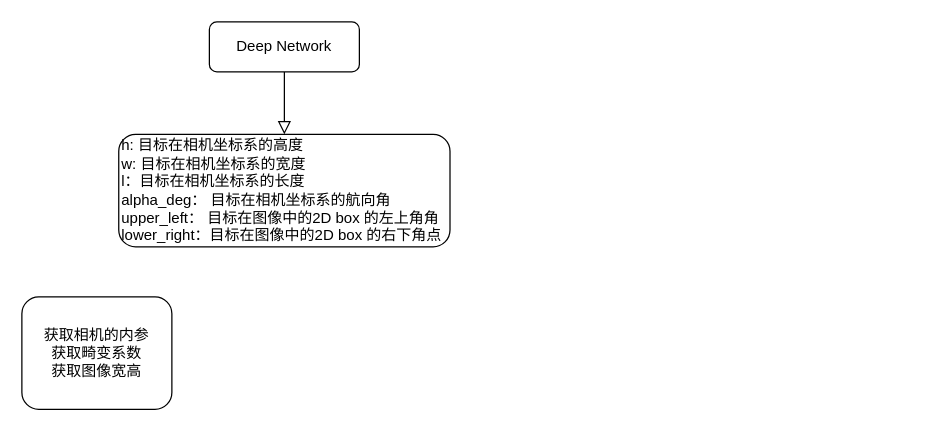
Before: apollo_2d_to_3d.drawio in bugquella/diagrams, a draw.io diagram. Source tidied: cells renumbered, new cells numbered last; positions are measured from the earlier drawing's top-left corner, leaving out a move shared by most shapes. Both pictures are drawn from the tidied source at 125%, with x=0, y=0 at pixel (21, 21).
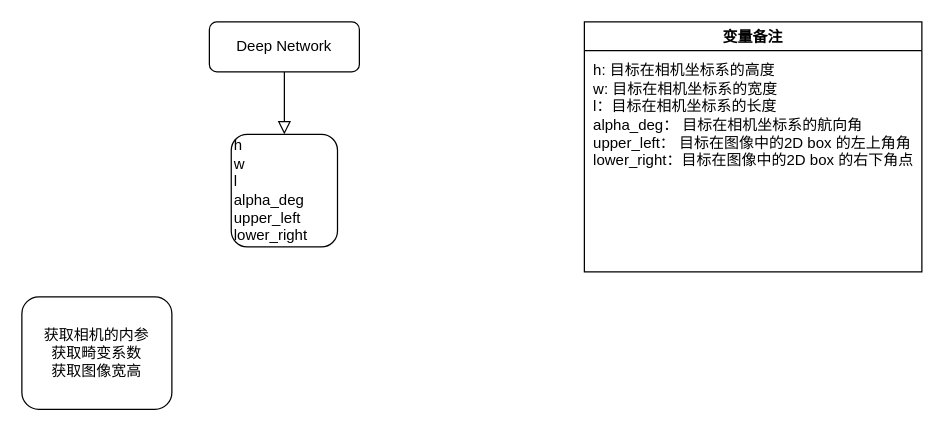
The same page after the edit.

What changed in the source:
```diff
@@
 <mxGraphModel>
   <root>
     <mxCell id="0" />
     <mxCell id="1" parent="0" />
     <mxCell id="2" style="rounded=0;html=1;jettySize=auto;fontSize=11;endArrow=block;endFill=0;endSize=8;strokeWidth=1;shadow=0;labelBackgroundColor=none;edgeStyle=orthogonalEdgeStyle;" parent="1" edge="1" source="3" target="5">
       <mxGeometry relative="1" as="geometry" />
     </mxCell>
     <mxCell id="3" value="Deep Network" style="rounded=1;whiteSpace=wrap;html=1;fontSize=12;glass=0;strokeWidth=1;shadow=0;" parent="1" vertex="1">
       <mxGeometry x="150" width="120" height="40" as="geometry" />
     </mxCell>
     <mxCell id="4" value="&lt;div&gt;获取相机的内参&lt;/div&gt;&lt;div&gt;获取畸变系数&lt;br&gt;获取图像宽高&lt;br&gt;&lt;/div&gt;" style="rounded=1;whiteSpace=wrap;html=1;fontSize=12;glass=0;strokeWidth=1;shadow=0;" parent="1" vertex="1">
       <mxGeometry y="220" width="120" height="90" as="geometry" />
     </mxCell>
-    <mxCell id="5" value="&lt;div align=&quot;left&quot;&gt;h: 目标在相机坐标系的高度&lt;br&gt;w: 目标在相机坐标系的宽度&lt;br&gt;l：目标在相机坐标系的长度&lt;br&gt;alpha_deg： 目标在相机坐标系的航向角&lt;/div&gt;&lt;div align=&quot;left&quot;&gt;upper_left： 目标在图像中的2D box 的左上角角&lt;br&gt;lower_right：目标在图像中的2D box 的右下角点&lt;/div&gt;" style="rounded=1;whiteSpace=wrap;html=1;fontSize=12;glass=0;strokeWidth=1;shadow=0;align=left;" parent="1" vertex="1">
-      <mxGeometry x="77.5" y="90" width="265" height="90" as="geometry" />
+    <mxCell id="5" value="&lt;div align=&quot;left&quot;&gt;h&lt;br&gt;w&lt;br&gt;l&lt;br&gt;alpha_deg&lt;/div&gt;&lt;div align=&quot;left&quot;&gt;upper_left&lt;br&gt;lower_right&lt;/div&gt;" style="rounded=1;whiteSpace=wrap;html=1;fontSize=12;glass=0;strokeWidth=1;shadow=0;align=left;" parent="1" vertex="1">
+      <mxGeometry x="167.5" y="90" width="85" height="90" as="geometry" />
     </mxCell>
+    <mxCell id="6" value="变量备注" style="swimlane;" parent="1" vertex="1">
+      <mxGeometry x="450" width="270" height="200" as="geometry" />
+    </mxCell>
+    <mxCell id="7" value="&lt;div align=&quot;left&quot;&gt;h: 目标在相机坐标系的高度&lt;br&gt;w: 目标在相机坐标系的宽度&lt;br&gt;l：目标在相机坐标系的长度&lt;br&gt;alpha_deg： 目标在相机坐标系的航向角&lt;/div&gt;&lt;div align=&quot;left&quot;&gt;upper_left： 目标在图像中的2D box 的左上角角&lt;br&gt;lower_right：目标在图像中的2D box 的右下角点&lt;/div&gt;" style="text;html=1;align=center;verticalAlign=middle;strokeColor=none;" parent="6" vertex="1">
+      <mxGeometry y="30" width="270" height="90" as="geometry" />
+    </mxCell>
   </root>
 </mxGraphModel>
```
